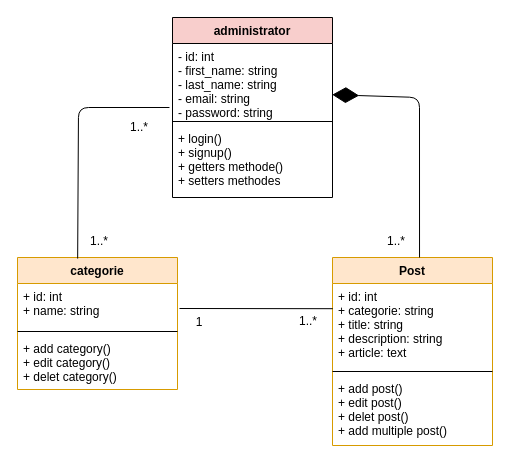
The draw.io diagram uml/class_diagram.drawio in mouad5-bot/Article-Management-System, before the edit. Source tidied: cells renumbered, new cells numbered last; positions are measured from the earlier drawing's top-left corner, leaving out a move shared by most shapes. Both pictures are drawn from the tidied source at 100%, with x=0, y=0 at pixel (17, 17).
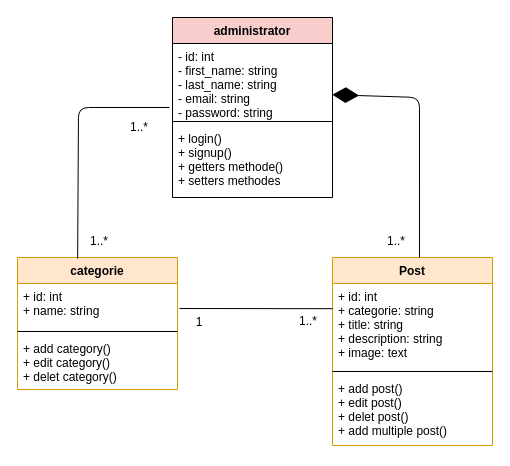
The same page after the edit.

The change refers to these unchanged cells:
```xml
<mxCell id="6" value="Post" style="swimlane;fontStyle=1;align=center;verticalAlign=top;horizontal=1;startSize=26;fillColor=#ffe6cc;strokeColor=#d79b00;" parent="1" vertex="1">
  <mxGeometry x="315" y="240" width="160" height="188" as="geometry" />
</mxCell>
```

What changed in the source:
```diff
@@
-    <mxCell id="7" value="+ id: int&#10;+ categorie: string&#10;+ title: string&#10;+ description: string&#10;+ article: text" style="text;align=left;verticalAlign=top;spacingLeft=4;spacingRight=4;overflow=hidden;points=[[0,0.5],[1,0.5]];portConstraint=eastwest;" parent="6" vertex="1">
+    <mxCell id="7" value="+ id: int&#10;+ categorie: string&#10;+ title: string&#10;+ description: string&#10;+ image: text" style="text;align=left;verticalAlign=top;spacingLeft=4;spacingRight=4;overflow=hidden;points=[[0,0.5],[1,0.5]];portConstraint=eastwest;" parent="6" vertex="1">
       <mxGeometry y="26" width="160" height="84" as="geometry" />
     </mxCell>
```
